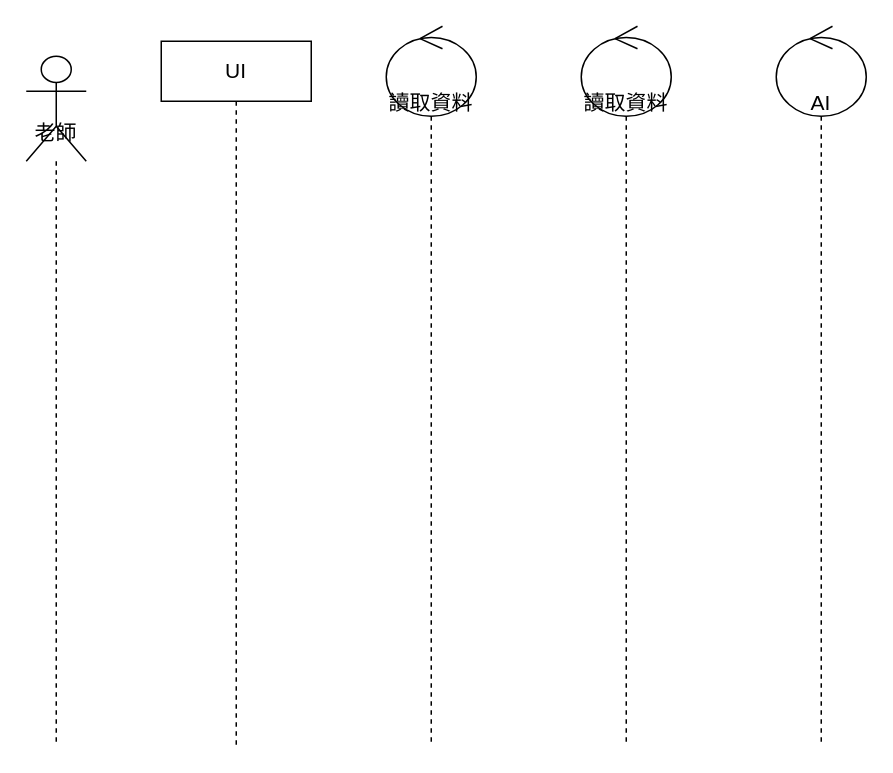
Earlier version of the draw.io diagram AC循序圖(蒐集備課資料).drawio (Kevincheng0804/System-analysis). Source tidied: cells renumbered, new cells numbered last; positions are measured from the earlier drawing's top-left corner, leaving out a move shared by most shapes. Both pictures are drawn from the tidied source at 150%, with x=0, y=0 at pixel (26, 26).
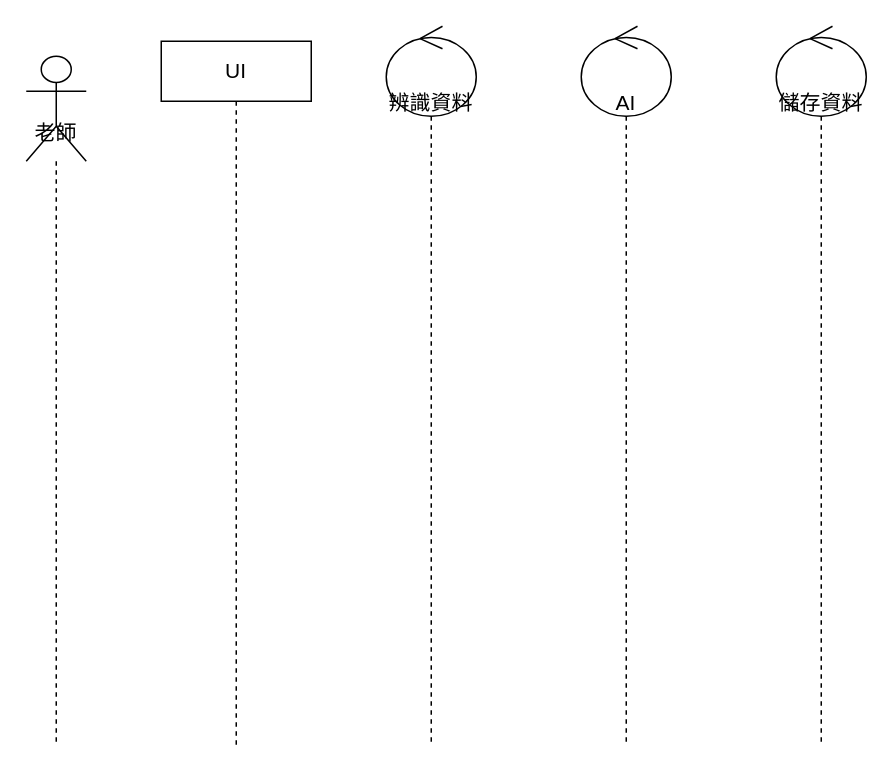
The same page after the edit.

What changed in the source:
```diff
@@
 <mxGraphModel>
   <root>
     <mxCell id="0" />
     <mxCell id="1" parent="0" />
     <mxCell id="2" value="&lt;font style=&quot;font-size: 14px;&quot;&gt;老師&lt;/font&gt;" style="shape=umlLifeline;participant=umlActor;perimeter=lifelinePerimeter;whiteSpace=wrap;html=1;verticalAlign=top;spacingTop=36;size=70;" parent="1" vertex="1">
       <mxGeometry y="20" width="40" height="460" as="geometry" />
     </mxCell>
     <mxCell id="3" value="UI" style="shape=umlLifeline;perimeter=lifelinePerimeter;whiteSpace=wrap;html=1;fontSize=14;" parent="1" vertex="1">
       <mxGeometry x="90" y="10" width="100" height="470" as="geometry" />
     </mxCell>
-    <mxCell id="4" value="讀取資料" style="shape=umlLifeline;participant=umlControl;perimeter=lifelinePerimeter;whiteSpace=wrap;html=1;verticalAlign=top;spacingTop=36;fontSize=14;size=60;align=center;" parent="1" vertex="1">
+    <mxCell id="4" value="辨識資料" style="shape=umlLifeline;participant=umlControl;perimeter=lifelinePerimeter;whiteSpace=wrap;html=1;verticalAlign=top;spacingTop=36;fontSize=14;size=60;align=center;" parent="1" vertex="1">
       <mxGeometry x="240" width="60" height="480" as="geometry" />
     </mxCell>
     <mxCell id="5" value="AI&lt;br&gt;" style="shape=umlLifeline;participant=umlControl;perimeter=lifelinePerimeter;whiteSpace=wrap;html=1;verticalAlign=top;spacingTop=36;fontSize=14;size=60;align=center;" parent="1" vertex="1">
-      <mxGeometry x="500" width="60" height="480" as="geometry" />
+      <mxGeometry x="370" width="60" height="480" as="geometry" />
     </mxCell>
-    <mxCell id="6" value="讀取資料" style="shape=umlLifeline;participant=umlControl;perimeter=lifelinePerimeter;whiteSpace=wrap;html=1;verticalAlign=top;spacingTop=36;fontSize=14;size=60;align=center;" parent="1" vertex="1">
-      <mxGeometry x="370" width="60" height="480" as="geometry" />
+    <mxCell id="6" value="儲存資料" style="shape=umlLifeline;participant=umlControl;perimeter=lifelinePerimeter;whiteSpace=wrap;html=1;verticalAlign=top;spacingTop=36;fontSize=14;size=60;align=center;" parent="1" vertex="1">
+      <mxGeometry x="500" width="60" height="480" as="geometry" />
     </mxCell>
   </root>
 </mxGraphModel>
```
